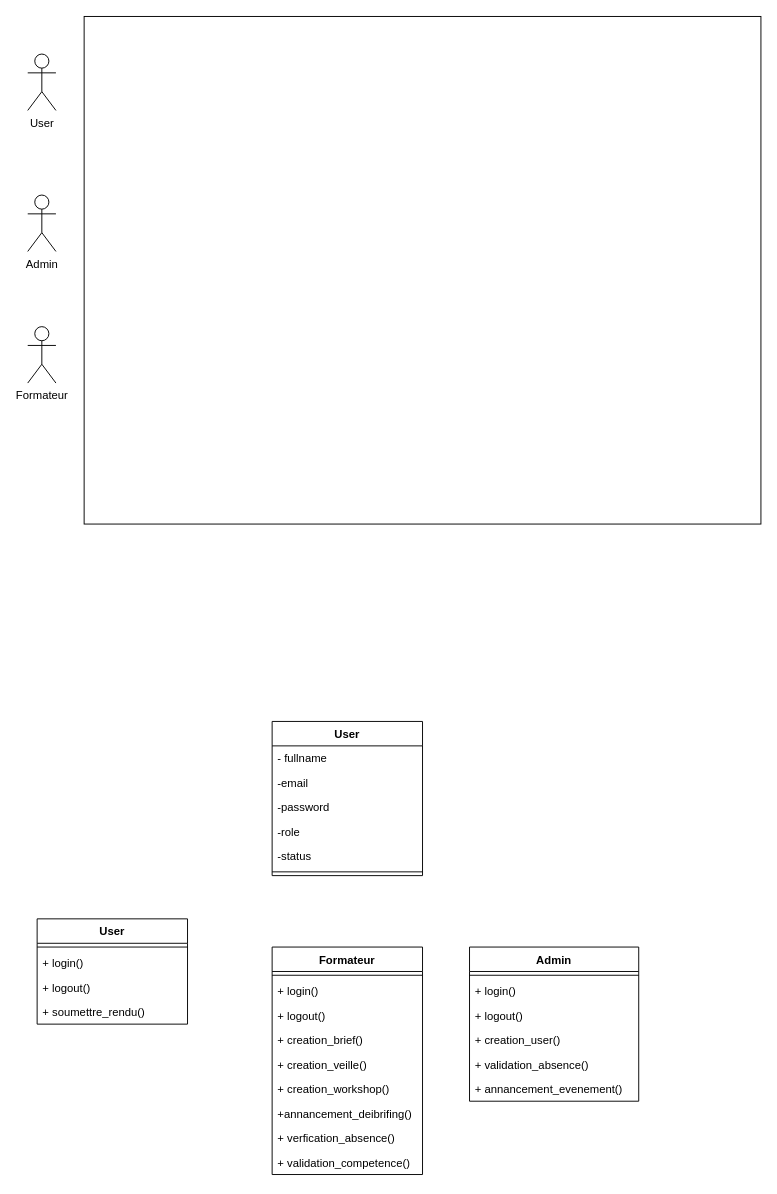
Earlier version of the draw.io diagram Untitled Diagram.drawio (aminelebrini/INTRA-YOUCODE-UM6P). Source tidied: cells renumbered, new cells numbered last; positions are measured from the earlier drawing's top-left corner, leaving out a move shared by most shapes. Both pictures are drawn from the tidied source at 94%, with x=0, y=0 at pixel (27, 16).
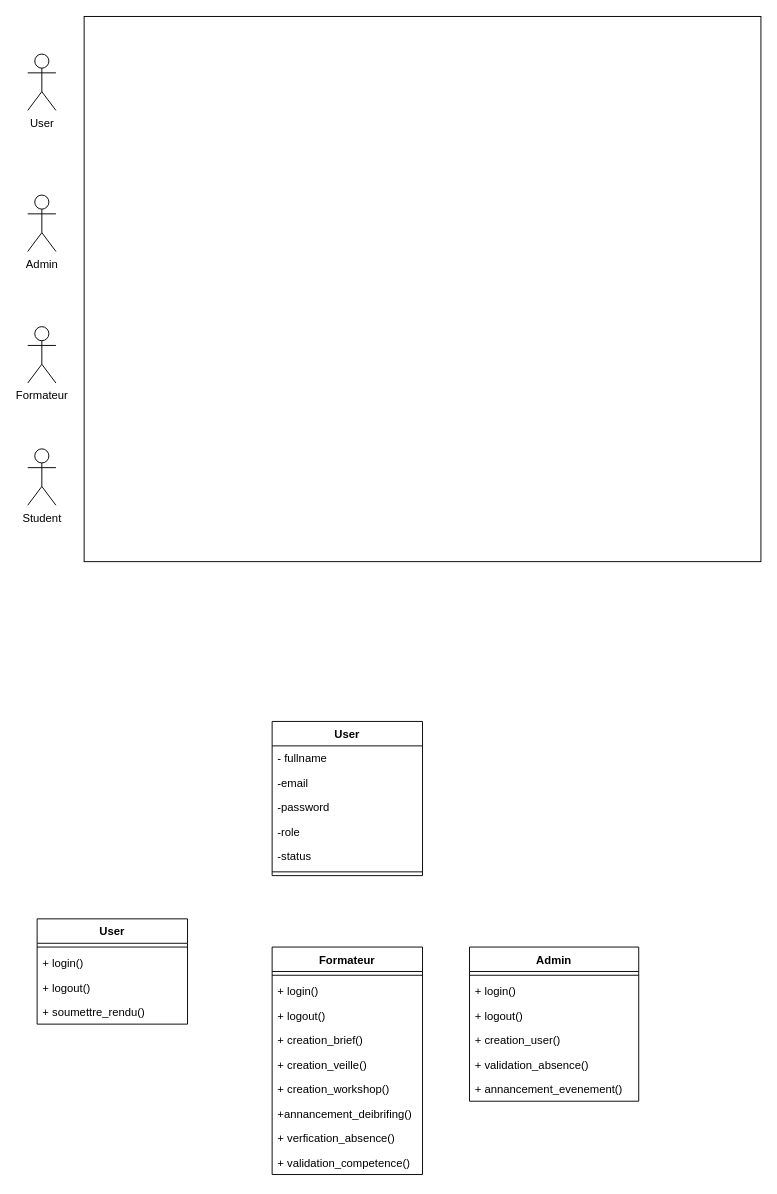
Above is the later version.

Change to the diagram source:
```diff
@@
     <mxCell id="31" style="html=1;whiteSpace=wrap;" parent="1" vertex="1">
-      <mxGeometry x="60" width="720" height="540" as="geometry" />
+      <mxGeometry x="60" width="720" height="580" as="geometry" />
     </mxCell>
@@
+    <mxCell id="35" value="Student" style="shape=umlActor;verticalLabelPosition=bottom;verticalAlign=top;html=1;" parent="1" vertex="1">
+      <mxGeometry y="460" width="30" height="60" as="geometry" />
+    </mxCell>
```
